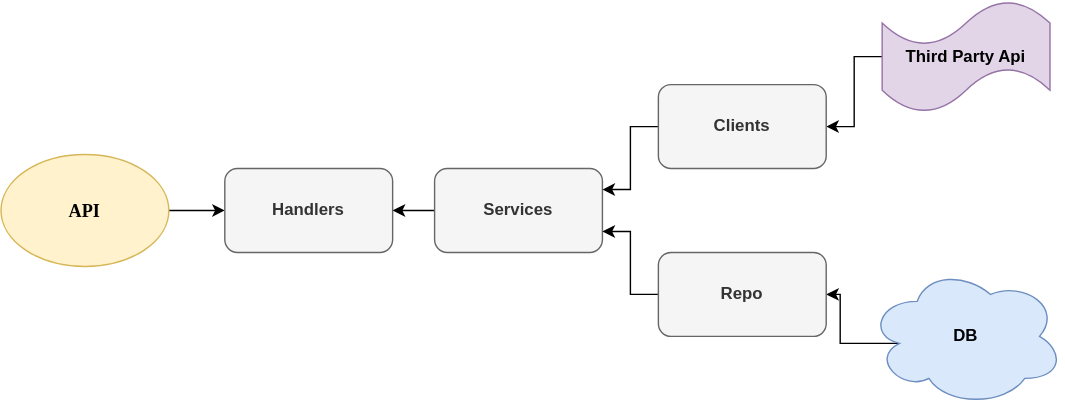
GenesisEducationKyiv/software-engineering-school-4-0-RinaDish keeps this draw.io diagram as docs/architecture_scheme.svg. Above is the earlier version. Source tidied: cells renumbered, new cells last; positions are measured from the earlier drawing's top-left corner, leaving out a move shared by most shapes.
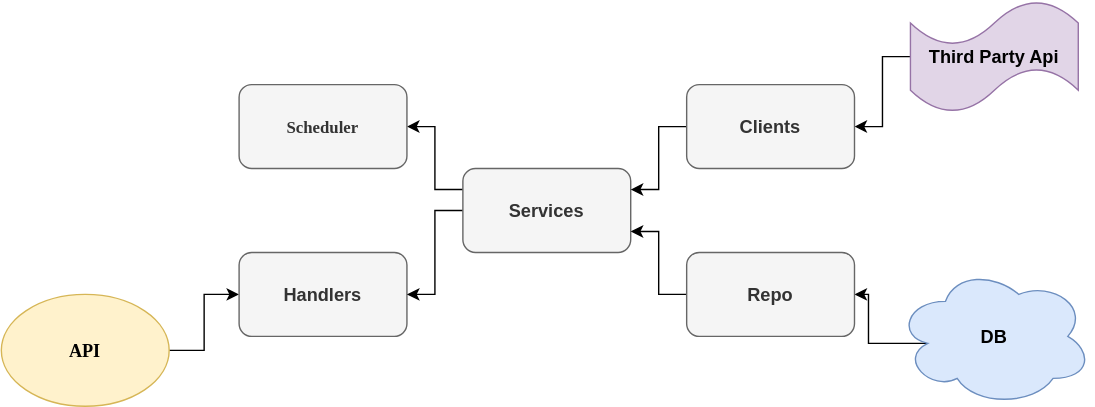
After the change.

The edit, as a diff of the source:
```diff
@@ -5,41 +5,47 @@
     <mxCell id="2" style="edgeStyle=orthogonalEdgeStyle;rounded=0;jettySize=auto;html=1;exitX=0.16;exitY=0.55;exitDx=0;exitDy=0;exitPerimeter=0;" parent="1" edge="1" source="3" target="14">
       <mxGeometry relative="1" as="geometry" />
     </mxCell>
-    <mxCell id="3" value="DB" style="ellipse;shape=cloud;whiteSpace=wrap;html=1;fillColor=#dae8fc;strokeColor=#6c8ebf;fontStyle=1;" parent="1" vertex="1">
+    <mxCell id="3" value="DB" style="ellipse;shape=cloud;whiteSpace=wrap;html=1;fillColor=#dae8fc;strokeColor=#6c8ebf;fontStyle=1;fontSize=13;" parent="1" vertex="1">
       <mxGeometry x="620" y="190" width="140" height="100" as="geometry" />
     </mxCell>
     <mxCell id="4" style="edgeStyle=orthogonalEdgeStyle;rounded=0;jettySize=auto;html=1;exitX=0;exitY=0.5;exitDx=0;exitDy=0;exitPerimeter=0;entryX=1;entryY=0.5;entryDx=0;entryDy=0;" parent="1" edge="1" source="5" target="12">
       <mxGeometry relative="1" as="geometry" />
     </mxCell>
-    <mxCell id="5" value="Third Party Api" style="shape=tape;whiteSpace=wrap;html=1;fillColor=#e1d5e7;strokeColor=#9673a6;fontStyle=1;" parent="1" vertex="1">
+    <mxCell id="5" value="Third Party Api" style="shape=tape;whiteSpace=wrap;html=1;fillColor=#e1d5e7;strokeColor=#9673a6;fontStyle=1;fontSize=13;" parent="1" vertex="1">
       <mxGeometry x="630" width="120" height="80" as="geometry" />
     </mxCell>
     <mxCell id="6" style="edgeStyle=orthogonalEdgeStyle;rounded=0;jettySize=auto;html=1;exitX=1;exitY=0.5;exitDx=0;exitDy=0;" parent="1" edge="1" source="7" target="8">
       <mxGeometry relative="1" as="geometry" />
     </mxCell>
     <mxCell id="7" value="&lt;font face=&quot;Verdana&quot; size=&quot;1&quot;&gt;&lt;b style=&quot;font-size: 13px&quot;&gt;API&lt;/b&gt;&lt;/font&gt;" style="ellipse;whiteSpace=wrap;html=1;fillColor=#fff2cc;strokeColor=#d6b656;" parent="1" vertex="1">
-      <mxGeometry y="110" width="120" height="80" as="geometry" />
+      <mxGeometry x="-20" y="210" width="120" height="80" as="geometry" />
     </mxCell>
-    <mxCell id="8" value="&lt;b&gt;Handlers&lt;/b&gt;" style="rounded=1;whiteSpace=wrap;html=1;fillColor=#f5f5f5;fontColor=#333333;strokeColor=#666666;" parent="1" vertex="1">
-      <mxGeometry x="160" y="120" width="120" height="60" as="geometry" />
+    <mxCell id="8" value="&lt;b style=&quot;font-size: 13px;&quot;&gt;Handlers&lt;/b&gt;" style="rounded=1;whiteSpace=wrap;html=1;fillColor=#f5f5f5;fontColor=#333333;strokeColor=#666666;fontSize=13;" parent="1" vertex="1">
+      <mxGeometry x="150" y="180" width="120" height="60" as="geometry" />
     </mxCell>
     <mxCell id="9" style="edgeStyle=orthogonalEdgeStyle;rounded=0;jettySize=auto;html=1;exitX=0;exitY=0.5;exitDx=0;exitDy=0;entryX=1;entryY=0.5;entryDx=0;entryDy=0;" parent="1" edge="1" source="10" target="8">
       <mxGeometry relative="1" as="geometry" />
     </mxCell>
+    <mxCell id="15" style="edgeStyle=orthogonalEdgeStyle;rounded=0;jettySize=auto;html=1;exitX=0;exitY=0.25;exitDx=0;exitDy=0;entryX=1;entryY=0.5;entryDx=0;entryDy=0;fontFamily=Verdana;fontSize=13;" parent="1" edge="1" source="10" target="16">
+      <mxGeometry relative="1" as="geometry" />
+    </mxCell>
-    <mxCell id="10" value="Services" style="rounded=1;whiteSpace=wrap;html=1;fillColor=#f5f5f5;fontColor=#333333;strokeColor=#666666;fontStyle=1;" parent="1" vertex="1">
+    <mxCell id="10" value="Services" style="rounded=1;whiteSpace=wrap;html=1;fillColor=#f5f5f5;fontColor=#333333;strokeColor=#666666;fontStyle=1;fontSize=13;" parent="1" vertex="1">
       <mxGeometry x="310" y="120" width="120" height="60" as="geometry" />
     </mxCell>
     <mxCell id="11" style="edgeStyle=orthogonalEdgeStyle;rounded=0;jettySize=auto;html=1;exitX=0;exitY=0.5;exitDx=0;exitDy=0;entryX=1;entryY=0.25;entryDx=0;entryDy=0;" parent="1" edge="1" source="12" target="10">
       <mxGeometry relative="1" as="geometry" />
     </mxCell>
-    <mxCell id="12" value="Clients" style="rounded=1;whiteSpace=wrap;html=1;fillColor=#f5f5f5;fontColor=#333333;strokeColor=#666666;fontStyle=1;" parent="1" vertex="1">
+    <mxCell id="12" value="Clients" style="rounded=1;whiteSpace=wrap;html=1;fillColor=#f5f5f5;fontColor=#333333;strokeColor=#666666;fontStyle=1;fontSize=13;" parent="1" vertex="1">
       <mxGeometry x="470" y="60" width="120" height="60" as="geometry" />
     </mxCell>
     <mxCell id="13" style="edgeStyle=orthogonalEdgeStyle;rounded=0;jettySize=auto;html=1;exitX=0;exitY=0.5;exitDx=0;exitDy=0;entryX=1;entryY=0.75;entryDx=0;entryDy=0;" parent="1" edge="1" source="14" target="10">
       <mxGeometry relative="1" as="geometry" />
     </mxCell>
-    <mxCell id="14" value="Repo" style="rounded=1;whiteSpace=wrap;html=1;fillColor=#f5f5f5;fontColor=#333333;strokeColor=#666666;fontStyle=1;" parent="1" vertex="1">
+    <mxCell id="14" value="Repo" style="rounded=1;whiteSpace=wrap;html=1;fillColor=#f5f5f5;fontColor=#333333;strokeColor=#666666;fontStyle=1;fontSize=13;" parent="1" vertex="1">
       <mxGeometry x="470" y="180" width="120" height="60" as="geometry" />
     </mxCell>
+    <mxCell id="16" value="&lt;font style=&quot;font-size: 12px&quot;&gt;Scheduler&lt;/font&gt;" style="rounded=1;whiteSpace=wrap;html=1;fontFamily=Verdana;fontSize=13;fillColor=#f5f5f5;fontColor=#333333;strokeColor=#666666;fontStyle=1;" parent="1" vertex="1">
+      <mxGeometry x="150" y="60" width="120" height="60" as="geometry" />
+    </mxCell>
   </root>
 </mxGraphModel>
```
